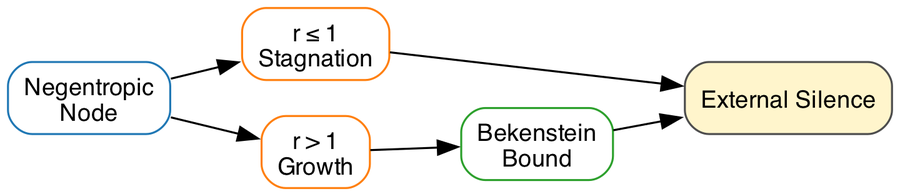
Earlier version of the Graphviz export build/artifacts/silence_flow.png (DanielSwift1992/veritas-black-hole-article). Its source is kept beside it as build/artifacts/silence_flow.dot.
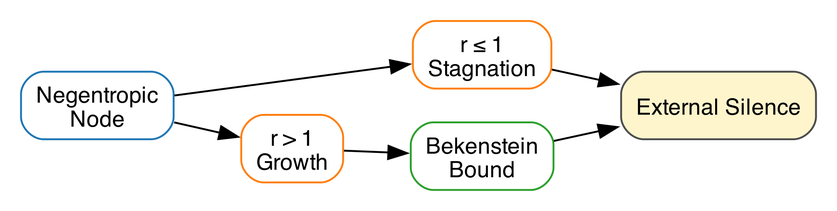
Above is the later version.

Diff of the diagram source:
```diff
@@ -1,6 +1,6 @@
 digraph SilenceFlow {
-  graph [dpi=120, rankdir=LR, bgcolor="white", size="12,7!", margin="0.0,0.0"];
-  node  [shape=box, style="rounded", fontname="Helvetica", fontsize=12, color="#4d4d4d", fillcolor="white", fontcolor="black"];
+  graph [dpi=180, rankdir=LR, bgcolor="white", size="12,7!", margin="0.2,0.2"];
+  node  [shape=box, style="rounded", fontname="DejaVu Sans", fontsize=12, color="#4d4d4d", fillcolor="white", fontcolor="black"];
 
   NegNode  [label="Negentropic
 Node", color="#1f77b4", fontcolor="black"];
@@ -17,7 +17,4 @@
   Growth  -> Bound;
   Stagnant -> Silent;
   Bound    -> Silent;
-
-  { rank=same; Stagnant; Growth }
-  { rank=sink; Silent }
 }
```
